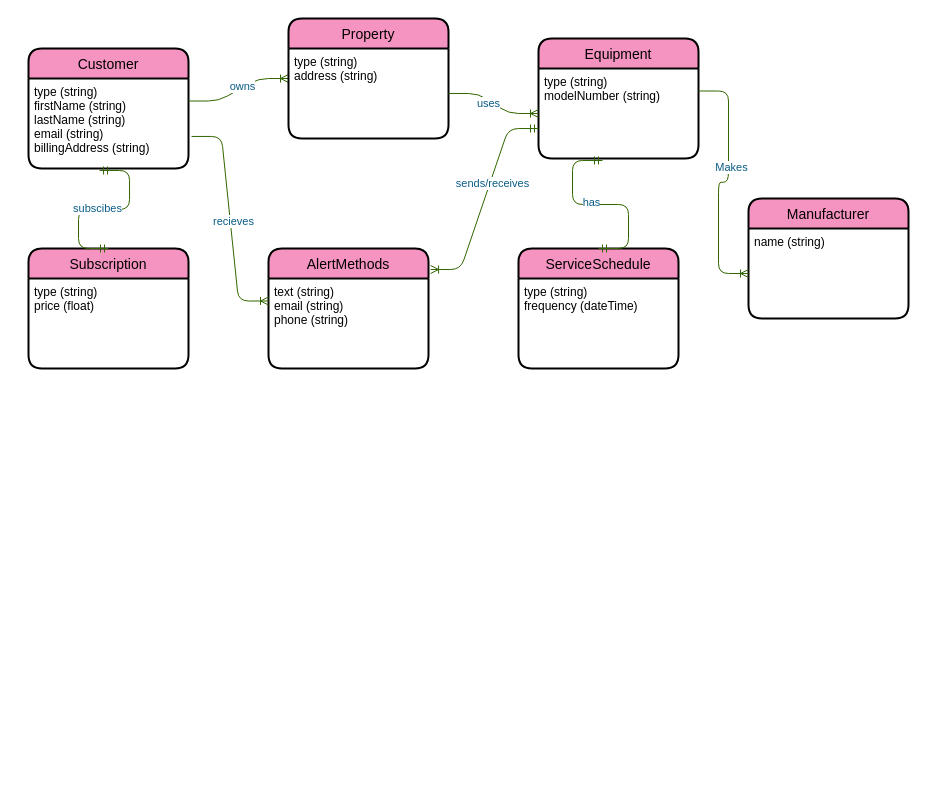
robertocannella/CWMVidly5 keeps this draw.io diagram as .CBI.drawio. Above is the earlier version. Source tidied: cells renumbered, new cells numbered last; positions are measured from the earlier drawing's top-left corner, leaving out a move shared by most shapes. Both pictures are drawn from the tidied source at 100%, with x=0, y=0 at pixel (28, 18).
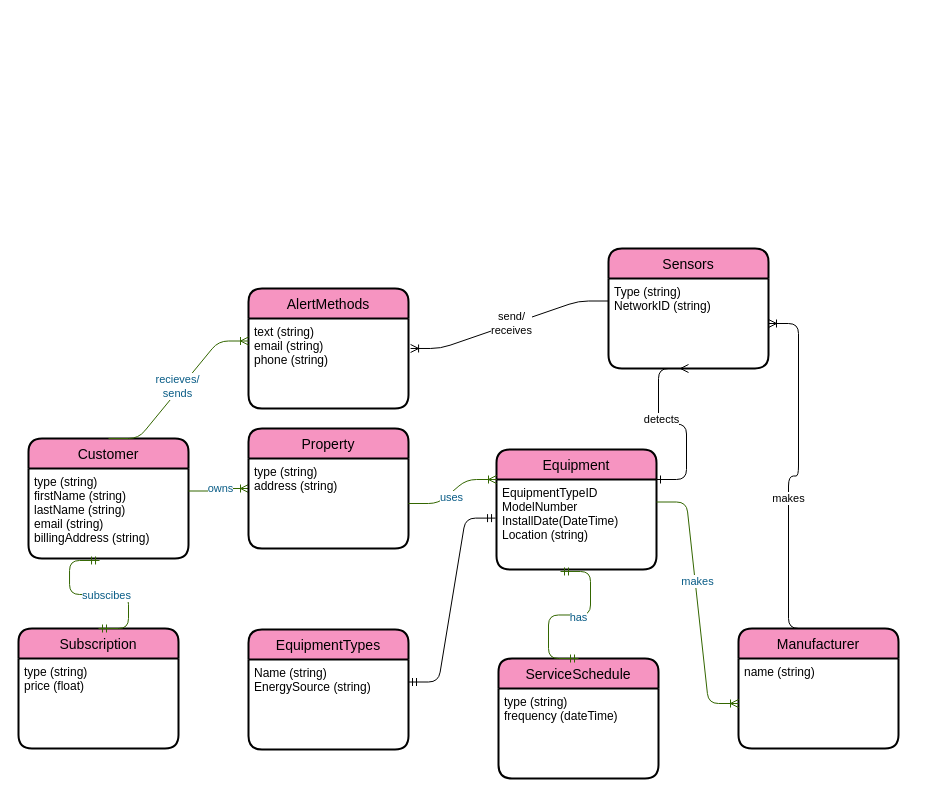
The same diagram, later.

The change refers to these unchanged cells:
```xml
<mxCell id="3" value="type (string)&#10;firstName (string)&#10;lastName (string)&#10;email (string)&#10;billingAddress (string)&#10;" style="align=left;strokeColor=none;fillColor=none;spacingLeft=4;fontSize=12;verticalAlign=top;" parent="2" vertex="1">
  <mxGeometry y="30" width="160" height="90" as="geometry" />
</mxCell>
<mxCell id="9" value="text (string)&#10;email (string)&#10;phone (string)" style="align=left;strokeColor=none;fillColor=none;spacingLeft=4;fontSize=12;verticalAlign=top;" parent="8" vertex="1">
  <mxGeometry y="30" width="160" height="90" as="geometry" />
</mxCell>
<mxCell id="11" value="type (string)&#10;address (string)" style="align=left;strokeColor=none;fillColor=none;spacingLeft=4;fontSize=12;verticalAlign=top;" parent="10" vertex="1">
  <mxGeometry y="30" width="160" height="90" as="geometry" />
</mxCell>
<mxCell id="28" style="edgeStyle=entityRelationEdgeStyle;fontSize=12;html=1;endArrow=ERoneToMany;strokeColor=#336600;fillColor=#F694C1;entryX=0;entryY=0.5;entryDx=0;entryDy=0;exitX=1;exitY=0.25;exitDx=0;exitDy=0;" parent="1" edge="1" source="5" target="27">
  <mxGeometry relative="1" as="geometry" />
</mxCell>
```

Diff of the diagram source:
```diff
@@
     <mxCell id="2" value="Customer" style="swimlane;horizontal=1;startSize=30;rounded=1;fontSize=14;fontStyle=0;strokeWidth=2;shadow=0;dashed=0;align=center;sketch=0;fillColor=#F694C1;" parent="1" vertex="1">
-      <mxGeometry y="30" width="160" height="120" as="geometry" />
+      <mxGeometry y="420" width="160" height="120" as="geometry" />
     </mxCell>
@@
     <mxCell id="4" value="Equipment" style="swimlane;horizontal=1;startSize=30;rounded=1;fontSize=14;fontStyle=0;strokeWidth=2;shadow=0;dashed=0;align=center;sketch=0;fillColor=#F694C1;" parent="1" vertex="1">
-      <mxGeometry x="510" y="20" width="160" height="120" as="geometry" />
+      <mxGeometry x="468" y="431" width="160" height="120" as="geometry" />
     </mxCell>
-    <mxCell id="5" value="type (string)&#10;modelNumber (string)" style="align=left;strokeColor=none;fillColor=none;spacingLeft=4;fontSize=12;verticalAlign=top;" parent="4" vertex="1">
+    <mxCell id="5" value="EquipmentTypeID&#10;ModelNumber&#10;InstallDate(DateTime)&#10;Location (string)" style="align=left;strokeColor=none;fillColor=none;spacingLeft=4;fontSize=12;verticalAlign=top;" parent="4" vertex="1">
       <mxGeometry y="30" width="160" height="90" as="geometry" />
     </mxCell>
@@
     <mxCell id="8" value="AlertMethods" style="swimlane;horizontal=1;startSize=30;rounded=1;fontSize=14;fontStyle=0;strokeWidth=2;shadow=0;dashed=0;align=center;sketch=0;fillColor=#F694C1;" parent="1" vertex="1">
-      <mxGeometry x="240" y="230" width="160" height="120" as="geometry" />
+      <mxGeometry x="220" y="270" width="160" height="120" as="geometry" />
     </mxCell>
@@
     <mxCell id="10" value="Property" style="swimlane;horizontal=1;startSize=30;rounded=1;fontSize=14;fontStyle=0;strokeWidth=2;shadow=0;dashed=0;align=center;sketch=0;fillColor=#F694C1;" parent="1" vertex="1">
-      <mxGeometry x="260" width="160" height="120" as="geometry" />
+      <mxGeometry x="220" y="410" width="160" height="120" as="geometry" />
     </mxCell>
@@
-    <mxCell id="12" style="edgeStyle=entityRelationEdgeStyle;fontSize=12;html=1;endArrow=ERoneToMany;strokeColor=#336600;fillColor=#F694C1;" parent="1" edge="1" source="11" target="5">
+    <mxCell id="12" style="edgeStyle=entityRelationEdgeStyle;fontSize=12;html=1;endArrow=ERoneToMany;strokeColor=#336600;fillColor=#F694C1;entryX=0;entryY=0;entryDx=0;entryDy=0;" parent="1" edge="1" source="11" target="5">
       <mxGeometry relative="1" as="geometry" />
     </mxCell>
@@
     <mxCell id="14" value="Subscription" style="swimlane;horizontal=1;startSize=30;rounded=1;fontSize=14;fontStyle=0;strokeWidth=2;shadow=0;dashed=0;align=center;sketch=0;fillColor=#F694C1;" parent="1" vertex="1">
-      <mxGeometry y="230" width="160" height="120" as="geometry" />
+      <mxGeometry x="-10" y="610" width="160" height="120" as="geometry" />
     </mxCell>
@@
     <mxCell id="18" value="ServiceSchedule" style="swimlane;horizontal=1;startSize=30;rounded=1;fontSize=14;fontStyle=0;strokeWidth=2;shadow=0;dashed=0;align=center;sketch=0;fillColor=#F694C1;" parent="1" vertex="1">
-      <mxGeometry x="490" y="230" width="160" height="120" as="geometry" />
+      <mxGeometry x="470" y="640" width="160" height="120" as="geometry" />
     </mxCell>
@@
-    <mxCell id="20" style="edgeStyle=entityRelationEdgeStyle;fontSize=12;html=1;endArrow=ERoneToMany;strokeColor=#336600;fillColor=#F694C1;entryX=0;entryY=0.25;entryDx=0;entryDy=0;exitX=1.019;exitY=0.644;exitDx=0;exitDy=0;exitPerimeter=0;" parent="1" edge="1" source="3" target="9">
+    <mxCell id="20" style="edgeStyle=entityRelationEdgeStyle;fontSize=12;html=1;endArrow=ERoneToMany;strokeColor=#336600;fillColor=#F694C1;entryX=0;entryY=0.25;entryDx=0;entryDy=0;exitX=0.5;exitY=0;exitDx=0;exitDy=0;" parent="1" edge="1" source="2" target="9">
       <mxGeometry relative="1" as="geometry" />
     </mxCell>
-    <mxCell id="21" value="recieves" style="edgeLabel;html=1;align=center;verticalAlign=middle;fontColor=#095C86;" parent="20" vertex="1">
+    <mxCell id="21" value="recieves/&lt;br&gt;sends" style="edgeLabel;html=1;align=center;verticalAlign=middle;fontColor=#095C86;" parent="20" vertex="1">
       <mxGeometry x="0.02" y="3" relative="1" as="geometry" />
     </mxCell>
@@
-    <mxCell id="24" style="edgeStyle=entityRelationEdgeStyle;fontSize=12;html=1;endArrow=ERmandOne;strokeColor=#336600;fillColor=#F694C1;entryX=0;entryY=0.667;entryDx=0;entryDy=0;entryPerimeter=0;exitX=1.013;exitY=0.175;exitDx=0;exitDy=0;exitPerimeter=0;startArrow=ERoneToMany;startFill=0;endFill=0;" parent="1" edge="1" source="8" target="5">
-      <mxGeometry relative="1" as="geometry" />
-    </mxCell>
-    <mxCell id="25" value="sends/receives" style="edgeLabel;html=1;align=center;verticalAlign=middle;fontColor=#095C86;" parent="24" vertex="1">
-      <mxGeometry x="0.17" y="-3" relative="1" as="geometry">
-        <mxPoint x="-1" as="offset" />
-      </mxGeometry>
-    </mxCell>
     <mxCell id="26" value="Manufacturer" style="swimlane;horizontal=1;startSize=30;rounded=1;fontSize=14;fontStyle=0;strokeWidth=2;shadow=0;dashed=0;align=center;sketch=0;fillColor=#F694C1;" parent="1" vertex="1">
-      <mxGeometry x="720" y="180" width="160" height="120" as="geometry" />
+      <mxGeometry x="710" y="610" width="160" height="120" as="geometry" />
     </mxCell>
@@
-    <mxCell id="29" value="Makes" style="edgeLabel;html=1;align=center;verticalAlign=middle;fontColor=#095C86;" parent="28" vertex="1">
+    <mxCell id="29" value="makes" style="edgeLabel;html=1;align=center;verticalAlign=middle;fontColor=#095C86;" parent="28" vertex="1">
       <mxGeometry x="-0.16" y="2" relative="1" as="geometry" />
     </mxCell>
+    <mxCell id="30" value="Sensors" style="swimlane;horizontal=1;startSize=30;rounded=1;fontSize=14;fontStyle=0;strokeWidth=2;shadow=0;dashed=0;align=center;fillColor=#F694C1;" parent="1" vertex="1">
+      <mxGeometry x="580" y="230" width="160" height="120" as="geometry" />
+    </mxCell>
+    <mxCell id="31" value="Type (string)&#10;NetworkID (string)&#10;" style="align=left;strokeColor=none;fillColor=none;spacingLeft=4;fontSize=12;verticalAlign=top;" parent="30" vertex="1">
+      <mxGeometry y="30" width="160" height="90" as="geometry" />
+    </mxCell>
+    <mxCell id="32" style="edgeStyle=entityRelationEdgeStyle;fontSize=12;html=1;endArrow=ERoneToMany;exitX=0.5;exitY=0;exitDx=0;exitDy=0;" parent="1" edge="1" source="26" target="31">
+      <mxGeometry relative="1" as="geometry" />
+    </mxCell>
+    <mxCell id="33" value="makes" style="edgeLabel;html=1;align=center;verticalAlign=middle;" parent="32" vertex="1">
+      <mxGeometry x="-0.14" y="1" relative="1" as="geometry" />
+    </mxCell>
+    <mxCell id="34" style="edgeStyle=entityRelationEdgeStyle;fontSize=12;html=1;endArrow=ERmany;startArrow=ERone;exitX=1;exitY=0;exitDx=0;exitDy=0;startFill=0;" parent="1" edge="1" source="5">
+      <mxGeometry relative="1" as="geometry">
+        <mxPoint x="660" y="350" as="targetPoint" />
+      </mxGeometry>
+    </mxCell>
+    <mxCell id="35" value="detects" style="edgeLabel;html=1;align=center;verticalAlign=middle;" parent="34" vertex="1">
+      <mxGeometry x="0.2" y="-2" relative="1" as="geometry" />
+    </mxCell>
+    <mxCell id="36" style="edgeStyle=entityRelationEdgeStyle;fontSize=12;html=1;endArrow=ERoneToMany;entryX=1.013;entryY=0.333;entryDx=0;entryDy=0;entryPerimeter=0;exitX=0;exitY=0.25;exitDx=0;exitDy=0;" parent="1" edge="1" source="31" target="9">
+      <mxGeometry relative="1" as="geometry" />
+    </mxCell>
+    <mxCell id="37" value="send/&lt;br&gt;receives" style="edgeLabel;html=1;align=center;verticalAlign=middle;" parent="36" vertex="1">
+      <mxGeometry x="-0.02" y="-1" relative="1" as="geometry" />
+    </mxCell>
+    <mxCell id="38" value="EquipmentTypes" style="swimlane;horizontal=1;startSize=30;rounded=1;fontSize=14;fontStyle=0;strokeWidth=2;shadow=0;dashed=0;align=center;fillColor=#F694C1;" parent="1" vertex="1">
+      <mxGeometry x="220" y="611" width="160" height="120" as="geometry" />
+    </mxCell>
+    <mxCell id="39" value="Name (string)&#10;EnergySource (string)&#10;" style="align=left;strokeColor=none;fillColor=none;spacingLeft=4;fontSize=12;verticalAlign=top;" parent="38" vertex="1">
+      <mxGeometry y="30" width="160" height="90" as="geometry" />
+    </mxCell>
+    <mxCell id="40" style="edgeStyle=entityRelationEdgeStyle;fontSize=12;html=1;endArrow=ERmandOne;startArrow=ERmandOne;entryX=-0.006;entryY=0.429;entryDx=0;entryDy=0;entryPerimeter=0;exitX=1;exitY=0.25;exitDx=0;exitDy=0;" parent="1" edge="1" source="39" target="5">
+      <mxGeometry relative="1" as="geometry" />
+    </mxCell>
```
